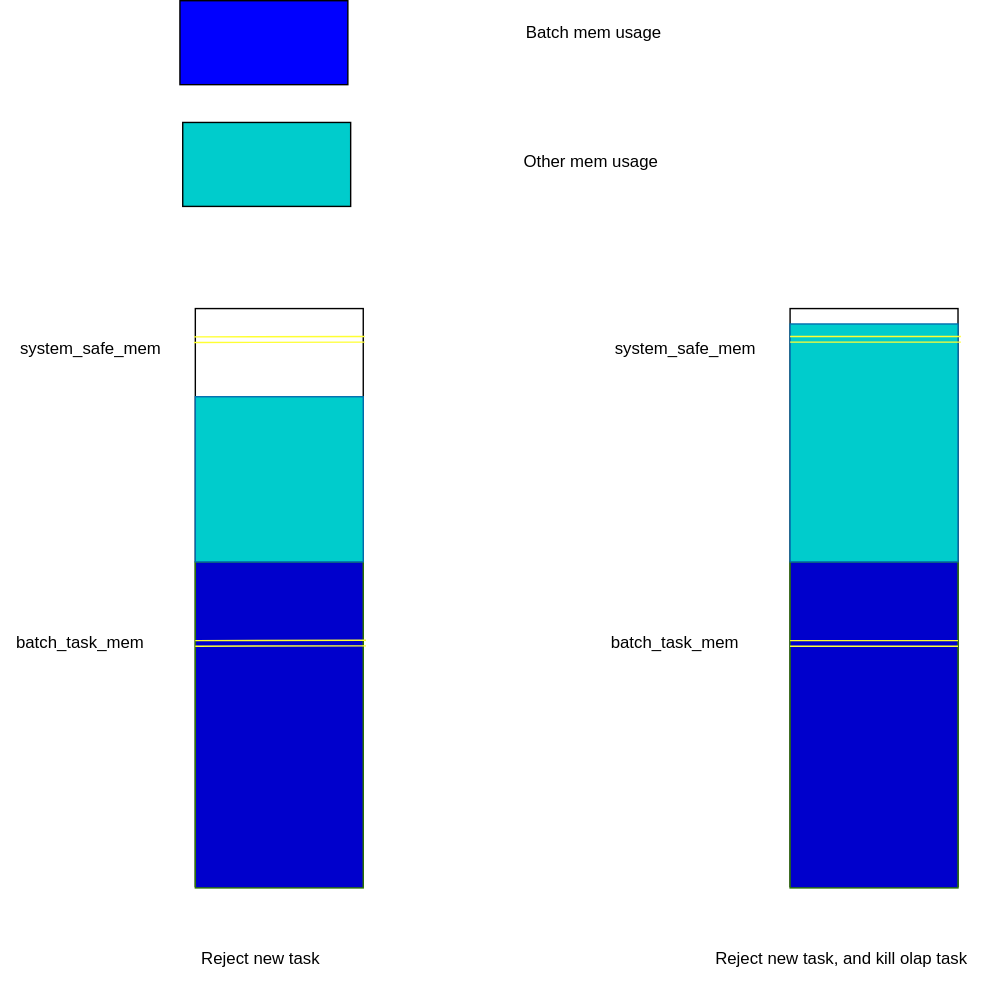
This is assets/batch_mem_control.drawio.svg from risingwavelabs/rfcs, a draw.io export, as it was before one commit. Source tidied: cells renumbered, new cells last; positions are measured from the earlier drawing's top-left corner, leaving out a move shared by most shapes.
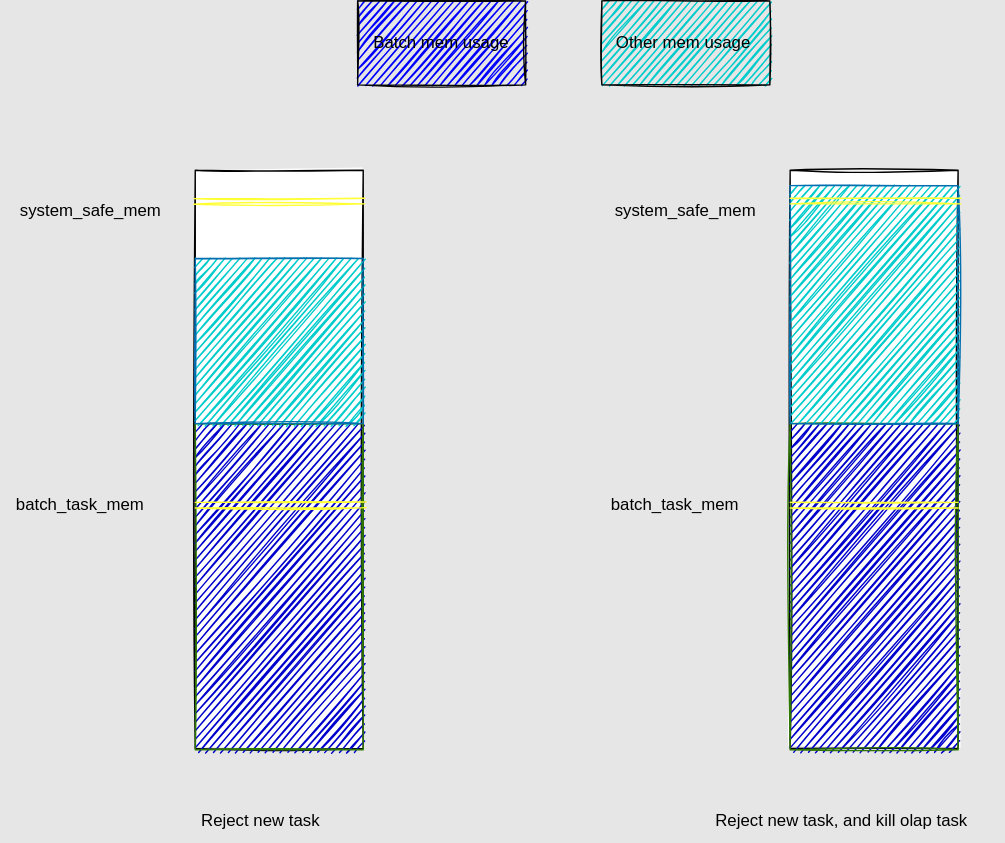
The same file after the commit.

Diff of the diagram source:
```diff
@@ -1,74 +1,74 @@
-<mxGraphModel>
+<mxGraphModel background="#E6E6E6">
   <root>
     <mxCell id="0" />
     <mxCell id="1" parent="0" />
-    <mxCell id="2" style="rounded=0;whiteSpace=wrap;html=1;" parent="1" vertex="1">
+    <mxCell id="2" style="rounded=0;whiteSpace=wrap;html=1;sketch=1;" parent="1" vertex="1">
       <mxGeometry x="139" y="220" width="120" height="413" as="geometry" />
     </mxCell>
-    <mxCell id="3" style="rounded=0;whiteSpace=wrap;html=1;fillColor=#0000CC;fontColor=#ffffff;strokeColor=#2D7600;" parent="1" vertex="1">
+    <mxCell id="3" style="rounded=0;whiteSpace=wrap;html=1;fillColor=#0000CC;fontColor=#ffffff;strokeColor=#2D7600;sketch=1;" parent="1" vertex="1">
       <mxGeometry x="139" y="401" width="120" height="233" as="geometry" />
     </mxCell>
-    <mxCell id="4" style="rounded=0;whiteSpace=wrap;html=1;fillColor=#00CCCC;fontColor=#ffffff;strokeColor=#006EAF;" parent="1" vertex="1">
+    <mxCell id="4" style="rounded=0;whiteSpace=wrap;html=1;fillColor=#00CCCC;fontColor=#ffffff;strokeColor=#006EAF;sketch=1;" parent="1" vertex="1">
       <mxGeometry x="139" y="283" width="120" height="118" as="geometry" />
     </mxCell>
-    <mxCell id="5" value="batch_task_mem" style="text;html=1;strokeColor=none;fillColor=none;align=center;verticalAlign=middle;whiteSpace=wrap;rounded=0;" parent="1" vertex="1">
+    <mxCell id="5" value="&lt;font color=&quot;#000000&quot;&gt;batch_task_mem&lt;/font&gt;" style="text;html=1;strokeColor=none;fillColor=none;align=center;verticalAlign=middle;whiteSpace=wrap;rounded=0;sketch=1;" parent="1" vertex="1">
       <mxGeometry y="444" width="114" height="30" as="geometry" />
     </mxCell>
-    <mxCell id="6" style="endArrow=none;html=1;strokeColor=#FFFF33;shape=link;exitX=0;exitY=0.25;exitDx=0;exitDy=0;" parent="1" edge="1" source="3">
+    <mxCell id="6" style="endArrow=none;html=1;strokeColor=#FFFF33;shape=link;exitX=0;exitY=0.25;exitDx=0;exitDy=0;sketch=1;rounded=0;" parent="1" edge="1" source="3">
       <mxGeometry relative="1" as="geometry">
         <mxPoint x="261" y="459" as="targetPoint" />
       </mxGeometry>
     </mxCell>
-    <mxCell id="7" style="endArrow=none;html=1;strokeColor=#FFFF33;shape=link;exitX=0;exitY=0.25;exitDx=0;exitDy=0;" parent="1" edge="1">
+    <mxCell id="7" style="endArrow=none;html=1;strokeColor=#FFFF33;shape=link;exitX=0;exitY=0.25;exitDx=0;exitDy=0;sketch=1;rounded=0;" parent="1" edge="1">
       <mxGeometry relative="1" as="geometry">
         <mxPoint x="138" y="242.2" as="sourcePoint" />
         <mxPoint x="260" y="242" as="targetPoint" />
       </mxGeometry>
     </mxCell>
-    <mxCell id="8" value="system_safe_mem" style="text;html=1;strokeColor=none;fillColor=none;align=center;verticalAlign=middle;whiteSpace=wrap;rounded=0;" parent="1" vertex="1">
+    <mxCell id="8" value="system_safe_mem" style="text;html=1;strokeColor=none;fillColor=none;align=center;verticalAlign=middle;whiteSpace=wrap;rounded=0;sketch=1;" parent="1" vertex="1">
       <mxGeometry x="9" y="234" width="111" height="30" as="geometry" />
     </mxCell>
-    <mxCell id="9" value="Reject new task" style="text;html=1;strokeColor=none;fillColor=none;align=center;verticalAlign=middle;whiteSpace=wrap;rounded=0;" parent="1" vertex="1">
+    <mxCell id="9" value="&lt;font color=&quot;#000000&quot;&gt;Reject new task&lt;/font&gt;" style="text;html=1;strokeColor=none;fillColor=none;align=center;verticalAlign=middle;whiteSpace=wrap;rounded=0;sketch=1;" parent="1" vertex="1">
       <mxGeometry x="70" y="670" width="232" height="30" as="geometry" />
     </mxCell>
-    <mxCell id="10" style="rounded=0;whiteSpace=wrap;html=1;" parent="1" vertex="1">
+    <mxCell id="10" style="rounded=0;whiteSpace=wrap;html=1;sketch=1;" parent="1" vertex="1">
       <mxGeometry x="564" y="220" width="120" height="413" as="geometry" />
     </mxCell>
-    <mxCell id="11" style="rounded=0;whiteSpace=wrap;html=1;fillColor=#0000CC;fontColor=#ffffff;strokeColor=#2D7600;" parent="1" vertex="1">
+    <mxCell id="11" style="rounded=0;whiteSpace=wrap;html=1;fillColor=#0000CC;fontColor=#ffffff;strokeColor=#2D7600;sketch=1;" parent="1" vertex="1">
       <mxGeometry x="564" y="401" width="120" height="233" as="geometry" />
     </mxCell>
-    <mxCell id="12" style="rounded=0;whiteSpace=wrap;html=1;fillColor=#00CCCC;fontColor=#ffffff;strokeColor=#006EAF;" parent="1" vertex="1">
+    <mxCell id="12" style="rounded=0;whiteSpace=wrap;html=1;fillColor=#00CCCC;fontColor=#ffffff;strokeColor=#006EAF;sketch=1;" parent="1" vertex="1">
       <mxGeometry x="564" y="231" width="120" height="170" as="geometry" />
     </mxCell>
-    <mxCell id="13" value="batch_task_mem" style="text;html=1;strokeColor=none;fillColor=none;align=center;verticalAlign=middle;whiteSpace=wrap;rounded=0;" parent="1" vertex="1">
+    <mxCell id="13" value="&lt;font color=&quot;#000000&quot;&gt;batch_task_mem&lt;/font&gt;" style="text;html=1;strokeColor=none;fillColor=none;align=center;verticalAlign=middle;whiteSpace=wrap;rounded=0;sketch=1;" parent="1" vertex="1">
       <mxGeometry x="425" y="444" width="114" height="30" as="geometry" />
     </mxCell>
-    <mxCell id="14" style="endArrow=none;html=1;strokeColor=#FFFF33;shape=link;exitX=0;exitY=0.25;exitDx=0;exitDy=0;entryX=1;entryY=0.25;entryDx=0;entryDy=0;" parent="1" edge="1" source="11" target="11">
+    <mxCell id="14" style="endArrow=none;html=1;strokeColor=#FFFF33;shape=link;exitX=0;exitY=0.25;exitDx=0;exitDy=0;entryX=1;entryY=0.25;entryDx=0;entryDy=0;sketch=1;rounded=0;" parent="1" edge="1" source="11" target="11">
       <mxGeometry relative="1" as="geometry" />
     </mxCell>
-    <mxCell id="15" style="endArrow=none;html=1;strokeColor=#FFFF33;shape=link;" parent="1" edge="1">
+    <mxCell id="15" style="endArrow=none;html=1;strokeColor=#FFFF33;shape=link;sketch=1;rounded=0;" parent="1" edge="1">
       <mxGeometry relative="1" as="geometry">
         <mxPoint x="564" y="242" as="sourcePoint" />
         <mxPoint x="686" y="242" as="targetPoint" />
       </mxGeometry>
     </mxCell>
-    <mxCell id="16" value="system_safe_mem" style="text;html=1;strokeColor=none;fillColor=none;align=center;verticalAlign=middle;whiteSpace=wrap;rounded=0;" parent="1" vertex="1">
+    <mxCell id="16" value="system_safe_mem" style="text;html=1;strokeColor=none;fillColor=none;align=center;verticalAlign=middle;whiteSpace=wrap;rounded=0;sketch=1;" parent="1" vertex="1">
       <mxGeometry x="434" y="234" width="111" height="30" as="geometry" />
     </mxCell>
-    <mxCell id="17" value="Reject new task, and kill olap task" style="text;html=1;strokeColor=none;fillColor=none;align=center;verticalAlign=middle;whiteSpace=wrap;rounded=0;" parent="1" vertex="1">
+    <mxCell id="17" value="Reject new task, and kill olap task" style="text;html=1;strokeColor=none;fillColor=none;align=center;verticalAlign=middle;whiteSpace=wrap;rounded=0;sketch=1;" parent="1" vertex="1">
       <mxGeometry x="485" y="670" width="232" height="30" as="geometry" />
     </mxCell>
-    <mxCell id="18" style="rounded=0;whiteSpace=wrap;html=1;fillColor=#00CCCC;" parent="1" vertex="1">
-      <mxGeometry x="130" y="87" width="120" height="60" as="geometry" />
+    <mxCell id="18" style="rounded=0;whiteSpace=wrap;html=1;fillColor=#00CCCC;sketch=1;" parent="1" vertex="1">
+      <mxGeometry x="429.5" y="99" width="120" height="60" as="geometry" />
     </mxCell>
-    <mxCell id="19" value="Other mem usage" style="text;html=1;strokeColor=none;fillColor=none;align=center;verticalAlign=middle;whiteSpace=wrap;rounded=0;" parent="1" vertex="1">
-      <mxGeometry x="360" y="100" width="124" height="30" as="geometry" />
+    <mxCell id="19" value="&lt;font color=&quot;#000000&quot;&gt;Other mem usage&lt;/font&gt;" style="text;html=1;strokeColor=none;fillColor=none;align=center;verticalAlign=middle;whiteSpace=wrap;rounded=0;sketch=1;" parent="1" vertex="1">
+      <mxGeometry x="425.5" y="114" width="124" height="30" as="geometry" />
     </mxCell>
-    <mxCell id="20" style="rounded=0;whiteSpace=wrap;html=1;fillColor=#0000FF;" parent="1" vertex="1">
-      <mxGeometry x="128" width="120" height="60" as="geometry" />
+    <mxCell id="20" style="rounded=0;whiteSpace=wrap;html=1;fillColor=#0000FF;sketch=1;" parent="1" vertex="1">
+      <mxGeometry x="255" y="99" width="120" height="60" as="geometry" />
     </mxCell>
-    <mxCell id="21" value="Batch mem usage" style="text;html=1;strokeColor=none;fillColor=none;align=center;verticalAlign=middle;whiteSpace=wrap;rounded=0;" parent="1" vertex="1">
-      <mxGeometry x="371" y="8" width="106" height="30" as="geometry" />
+    <mxCell id="21" value="&lt;font color=&quot;#000000&quot;&gt;Batch mem usage&lt;/font&gt;" style="text;html=1;strokeColor=none;fillColor=none;align=center;verticalAlign=middle;whiteSpace=wrap;rounded=0;sketch=1;" parent="1" vertex="1">
+      <mxGeometry x="262" y="114" width="106" height="30" as="geometry" />
     </mxCell>
   </root>
 </mxGraphModel>
```
